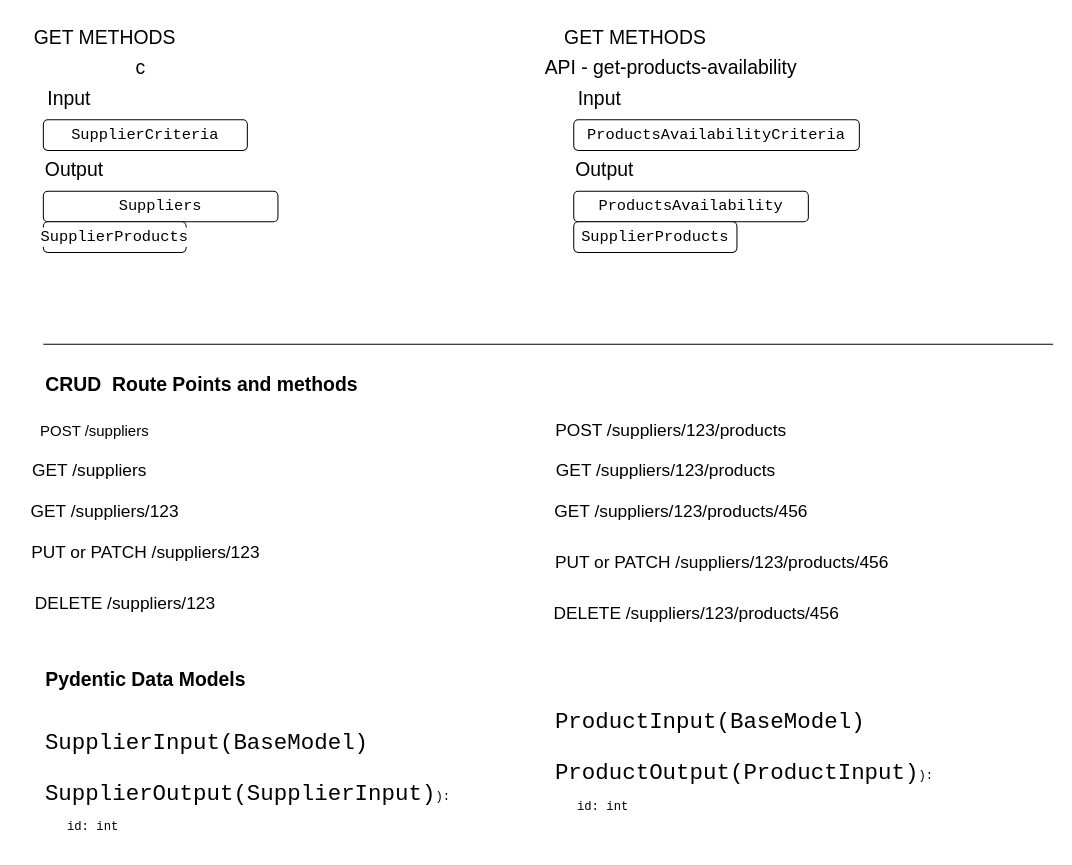
Above: page "supplier-api" (4 of 8) of Agroconnect.drawio in ramprasad2018/agconnect (draw.io), before the change. Source tidied: cells renumbered, new cells numbered last; positions are measured from the earlier drawing's top-left corner, leaving out a move shared by most shapes. Both pictures are drawn from the tidied source at 102%, with x=0, y=0 at pixel (17, 17).
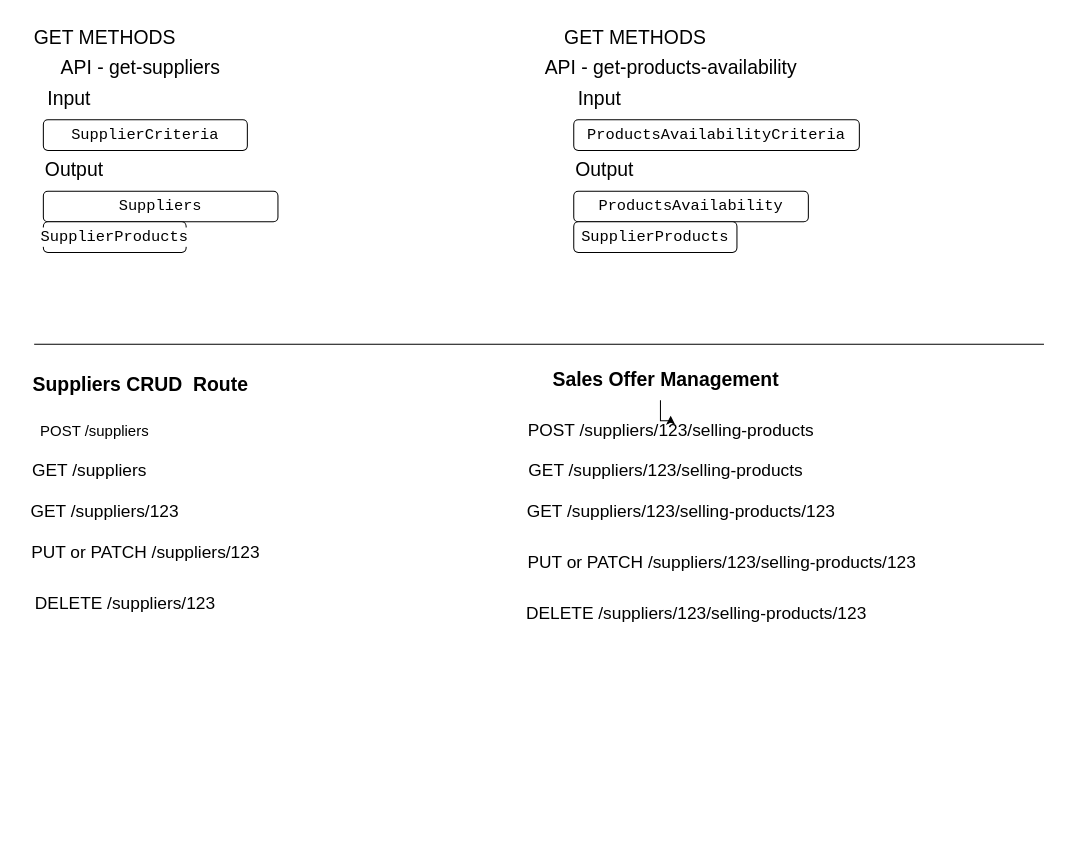
After the change.

What changed in the source:
```diff
@@
-    <mxCell id="7" value="&lt;font style=&quot;font-size: 19px;&quot;&gt;c&lt;/font&gt;" style="text;html=1;align=center;verticalAlign=middle;fillColor=none;strokeColor=none;rounded=0;fontSize=17;" parent="1" vertex="1">
-      <mxGeometry x="105" y="30" width="30" height="40" as="geometry" />
+    <mxCell id="7" value="&lt;font style=&quot;font-size: 19px;&quot;&gt;API - get-suppliers&lt;/font&gt;" style="text;html=1;align=center;verticalAlign=middle;fillColor=none;strokeColor=none;rounded=0;fontSize=17;" parent="1" vertex="1">
+      <mxGeometry x="30" y="30" width="180" height="40" as="geometry" />
     </mxCell>
@@
     <mxCell id="16" style="endArrow=none;html=1;rounded=0;" parent="1" edge="1">
       <mxGeometry relative="1" as="geometry">
-        <mxPoint x="25" y="320" as="sourcePoint" />
-        <mxPoint x="1015" y="320" as="targetPoint" />
+        <mxPoint x="16" y="320" as="sourcePoint" />
+        <mxPoint x="1006" y="320" as="targetPoint" />
       </mxGeometry>
     </mxCell>
-    <mxCell id="17" value="&lt;font style=&quot;font-size: 19px;&quot;&gt;&lt;b&gt;CRUD&amp;nbsp; Route Points and methods&lt;/b&gt;&lt;/font&gt;" style="text;html=1;align=center;verticalAlign=middle;fillColor=none;strokeColor=none;rounded=0;fontSize=17;" parent="1" vertex="1">
-      <mxGeometry x="15" y="340" width="330" height="40" as="geometry" />
+    <mxCell id="17" value="&lt;font style=&quot;font-size: 19px;&quot;&gt;&lt;b&gt;Suppliers CRUD&amp;nbsp; Route&lt;/b&gt;&lt;/font&gt;" style="text;html=1;align=center;verticalAlign=middle;fillColor=none;strokeColor=none;rounded=0;fontSize=17;" parent="1" vertex="1">
+      <mxGeometry x="5" y="340" width="230" height="40" as="geometry" />
     </mxCell>
@@
-    <mxCell id="23" value="POST /suppliers/123/products" style="text;html=1;align=center;verticalAlign=middle;points=[];fillColor=none;strokeColor=none;rounded=0;fontSize=17;" parent="1" vertex="1">
-      <mxGeometry x="515" y="390" width="250" height="30" as="geometry" />
+    <mxCell id="23" value="POST /suppliers/123/selling-products" style="text;html=1;align=center;verticalAlign=middle;points=[];fillColor=none;strokeColor=none;rounded=0;fontSize=17;" parent="1" vertex="1">
+      <mxGeometry x="490" y="390" width="300" height="30" as="geometry" />
     </mxCell>
-    <mxCell id="24" value="GET /suppliers/123/products" style="text;html=1;align=center;verticalAlign=middle;fillColor=none;strokeColor=none;rounded=0;fontSize=17;" parent="1" vertex="1">
-      <mxGeometry x="515" y="430" width="240" height="30" as="geometry" />
+    <mxCell id="24" value="GET /suppliers/123/selling-products" style="text;html=1;align=center;verticalAlign=middle;fillColor=none;strokeColor=none;rounded=0;fontSize=17;" parent="1" vertex="1">
+      <mxGeometry x="490" y="430" width="290" height="30" as="geometry" />
     </mxCell>
-    <mxCell id="25" value="GET /suppliers/123/products/456" style="text;html=1;align=center;verticalAlign=middle;fillColor=none;strokeColor=none;rounded=0;fontSize=17;" parent="1" vertex="1">
-      <mxGeometry x="515" y="470" width="270" height="30" as="geometry" />
+    <mxCell id="25" value="GET /suppliers/123/selling-products/123" style="text;html=1;align=center;verticalAlign=middle;fillColor=none;strokeColor=none;rounded=0;fontSize=17;" parent="1" vertex="1">
+      <mxGeometry x="485" y="470" width="330" height="30" as="geometry" />
     </mxCell>
-    <mxCell id="26" value="PUT or PATCH /suppliers/123/products/456" style="text;html=1;align=center;verticalAlign=middle;fillColor=none;strokeColor=none;rounded=0;fontSize=17;" parent="1" vertex="1">
-      <mxGeometry x="515" y="520" width="350" height="30" as="geometry" />
+    <mxCell id="26" value="PUT or PATCH /suppliers/123/selling-products/123" style="text;html=1;align=center;verticalAlign=middle;fillColor=none;strokeColor=none;rounded=0;fontSize=17;" parent="1" vertex="1">
+      <mxGeometry x="490" y="520" width="400" height="30" as="geometry" />
     </mxCell>
-    <mxCell id="27" value="DELETE /suppliers/123/products/456" style="text;html=1;align=center;verticalAlign=middle;fillColor=none;strokeColor=none;rounded=0;fontSize=17;" parent="1" vertex="1">
-      <mxGeometry x="515" y="570" width="300" height="30" as="geometry" />
+    <mxCell id="27" value="DELETE /suppliers/123/selling-products/123" style="text;html=1;align=center;verticalAlign=middle;fillColor=none;strokeColor=none;rounded=0;fontSize=17;" parent="1" vertex="1">
+      <mxGeometry x="485" y="570" width="360" height="30" as="geometry" />
     </mxCell>
-    <mxCell id="28" value="&lt;font style=&quot;font-size: 19px;&quot;&gt;&lt;b&gt;Pydentic Data Models&lt;/b&gt;&lt;/font&gt;" style="text;html=1;align=center;verticalAlign=middle;fillColor=none;strokeColor=none;rounded=0;fontSize=17;" parent="1" vertex="1">
-      <mxGeometry x="15" y="630" width="220" height="40" as="geometry" />
-    </mxCell>
-    <mxCell id="29" value="&lt;pre style=&quot;background-color: rgb(255, 255, 255); color: rgb(0, 0, 0); font-family: &amp;quot;JetBrains Mono&amp;quot;, monospace;&quot;&gt;&lt;font style=&quot;font-size: 22px;&quot;&gt;SupplierInput(BaseModel)&lt;/font&gt;&lt;/pre&gt;" style="text;whiteSpace=wrap;html=1;" parent="1" vertex="1">
-      <mxGeometry x="25" y="680" width="310" height="70" as="geometry" />
-    </mxCell>
-    <mxCell id="30" value="&lt;pre style=&quot;background-color: rgb(255, 255, 255); color: rgb(0, 0, 0); font-family: &amp;quot;JetBrains Mono&amp;quot;, monospace;&quot;&gt;&lt;font style=&quot;font-size: 22px;&quot;&gt;SupplierOutput(SupplierInput)&lt;/font&gt;):&lt;/pre&gt;&lt;pre style=&quot;background-color: rgb(255, 255, 255); color: rgb(0, 0, 0); font-family: &amp;quot;JetBrains Mono&amp;quot;, monospace;&quot;&gt;   id: int&lt;/pre&gt;" style="text;whiteSpace=wrap;html=1;" parent="1" vertex="1">
-      <mxGeometry x="25" y="730" width="380" height="70" as="geometry" />
-    </mxCell>
-    <mxCell id="31" value="&lt;pre style=&quot;background-color: rgb(255, 255, 255); color: rgb(0, 0, 0); font-family: &amp;quot;JetBrains Mono&amp;quot;, monospace;&quot;&gt;&lt;font style=&quot;font-size: 22px;&quot;&gt;ProductInput(BaseModel)&lt;/font&gt;&lt;/pre&gt;" style="text;whiteSpace=wrap;html=1;" parent="1" vertex="1">
-      <mxGeometry x="525" y="660" width="310" height="70" as="geometry" />
-    </mxCell>
-    <mxCell id="32" value="&lt;pre style=&quot;background-color: rgb(255, 255, 255); color: rgb(0, 0, 0); font-family: &amp;quot;JetBrains Mono&amp;quot;, monospace;&quot;&gt;&lt;font style=&quot;font-size: 22px;&quot;&gt;ProductOutput(ProductInput)&lt;/font&gt;):&lt;/pre&gt;&lt;pre style=&quot;background-color: rgb(255, 255, 255); color: rgb(0, 0, 0); font-family: &amp;quot;JetBrains Mono&amp;quot;, monospace;&quot;&gt;   id: int&lt;/pre&gt;" style="text;whiteSpace=wrap;html=1;" parent="1" vertex="1">
-      <mxGeometry x="525" y="710" width="380" height="70" as="geometry" />
-    </mxCell>
+    <mxCell id="33" style="edgeStyle=orthogonalEdgeStyle;rounded=0;jettySize=auto;html=1;fontSize=22;" parent="1" edge="1" source="34" target="23">
+      <mxGeometry relative="1" as="geometry" />
+    </mxCell>
+    <mxCell id="34" style="text;html=1;align=center;verticalAlign=middle;points=[];fillColor=none;strokeColor=none;rounded=0;fontSize=17;" parent="1" vertex="1">
+      <mxGeometry x="620" y="345" width="20" height="30" as="geometry" />
+    </mxCell>
+    <mxCell id="35" value="&lt;span style=&quot;font-size: 19px;&quot;&gt;&lt;b&gt;Sales Offer Management&lt;/b&gt;&lt;/span&gt;" style="text;html=1;align=center;verticalAlign=middle;fillColor=none;strokeColor=none;rounded=0;fontSize=17;" parent="1" vertex="1">
+      <mxGeometry x="510" y="335" width="250" height="40" as="geometry" />
+    </mxCell>
```
